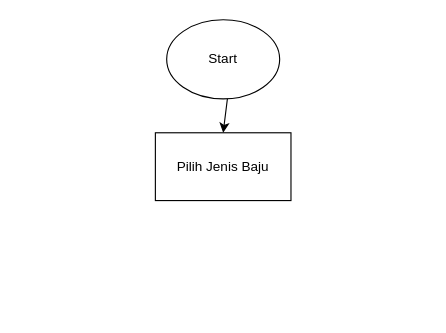
Above: Flowchart.drawio in Willda25/Willda_Dian-Kalkulator (draw.io), before the change. Source tidied: cells renumbered, new cells numbered last; positions are measured from the earlier drawing's top-left corner, leaving out a move shared by most shapes. Both pictures are drawn from the tidied source at 113%, with x=0, y=0 at pixel (155, 19).
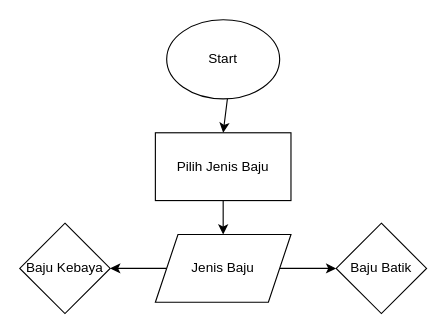
Above is the later version.

Commit message:
inisialisasi pengkondisian

What changed in the source:
```diff
@@
 <mxGraphModel>
   <root>
     <mxCell id="0" />
     <mxCell id="1" parent="0" />
+    <mxCell id="5" style="edgeStyle=none;html=1;" parent="1" edge="1" source="2" target="8">
+      <mxGeometry relative="1" as="geometry" />
+    </mxCell>
     <mxCell id="2" value="Pilih Jenis Baju" style="rounded=0;whiteSpace=wrap;html=1;" parent="1" vertex="1">
       <mxGeometry y="100" width="120" height="60" as="geometry" />
     </mxCell>
     <mxCell id="3" style="edgeStyle=none;html=1;" parent="1" edge="1" source="4" target="2">
       <mxGeometry relative="1" as="geometry" />
     </mxCell>
     <mxCell id="4" value="Start" style="ellipse;whiteSpace=wrap;html=1;" parent="1" vertex="1">
       <mxGeometry x="10" width="100" height="70" as="geometry" />
     </mxCell>
+    <mxCell id="6" style="edgeStyle=none;html=1;" parent="1" edge="1" source="8" target="9">
+      <mxGeometry relative="1" as="geometry" />
+    </mxCell>
+    <mxCell id="7" style="edgeStyle=none;html=1;" parent="1" edge="1" source="8" target="10">
+      <mxGeometry relative="1" as="geometry" />
+    </mxCell>
+    <mxCell id="8" value="Jenis Baju" style="shape=parallelogram;perimeter=parallelogramPerimeter;whiteSpace=wrap;html=1;fixedSize=1;" parent="1" vertex="1">
+      <mxGeometry y="190" width="120" height="60" as="geometry" />
+    </mxCell>
+    <mxCell id="9" value="Baju Batik" style="rhombus;whiteSpace=wrap;html=1;" parent="1" vertex="1">
+      <mxGeometry x="160" y="180" width="80" height="80" as="geometry" />
+    </mxCell>
+    <mxCell id="10" value="Baju Kebaya" style="rhombus;whiteSpace=wrap;html=1;" parent="1" vertex="1">
+      <mxGeometry x="-120" y="180" width="80" height="80" as="geometry" />
+    </mxCell>
   </root>
 </mxGraphModel>
```
